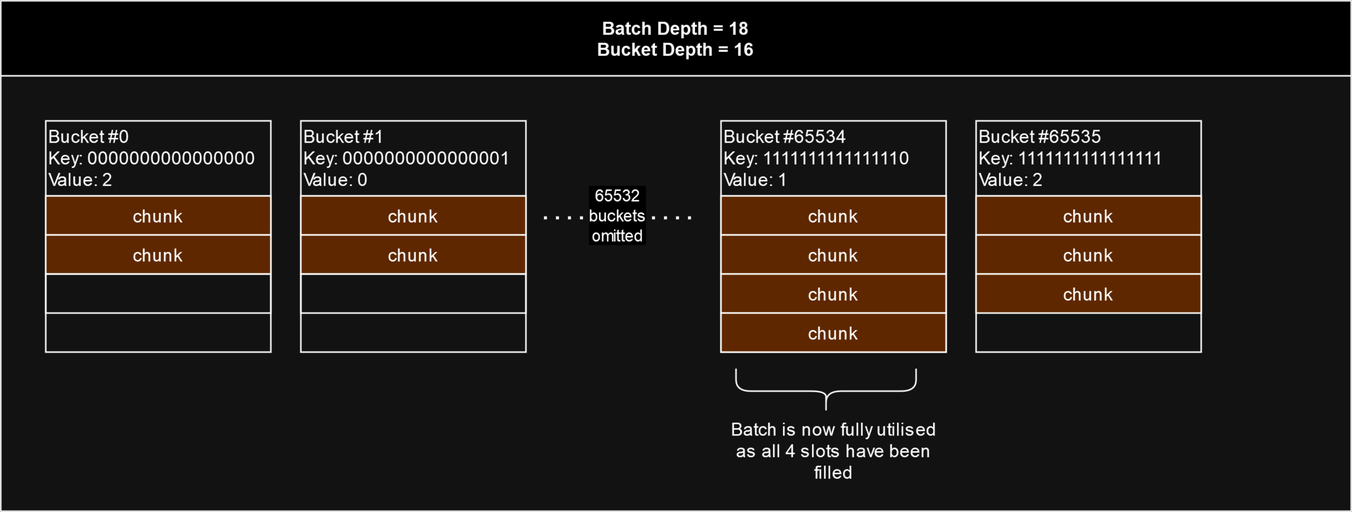
Before: static/img/batches_03.png, a diagram exported from draw.io (ethersphere/bee-docs). Source tidied: cells renumbered, new cells last; positions are measured from the earlier drawing's top-left corner, leaving out a move shared by most shapes. Its diagram source:
```xml
<mxGraphModel>
  <root>
    <mxCell id="0" />
    <mxCell id="1" parent="0" />
    <mxCell id="2" value="Batch Depth = 18&#10;Bucket Depth = 16" style="swimlane;gradientColor=none;spacingTop=0;swimlaneLine=1;spacingLeft=0;startSize=50;" parent="1" vertex="1">
      <mxGeometry width="900" height="340" as="geometry" />
    </mxCell>
    <mxCell id="3" value="&lt;font style=&quot;font-size: 12px;&quot;&gt;Bucket #0&lt;br&gt;&lt;/font&gt;&lt;div&gt;&lt;font style=&quot;font-size: 12px;&quot;&gt;Key: 0000000000000000&amp;nbsp;&lt;/font&gt;&lt;/div&gt;&lt;div&gt;&lt;font style=&quot;font-size: 12px;&quot;&gt;Value: 2&lt;br&gt;&lt;/font&gt;&lt;/div&gt;" style="swimlane;fontStyle=0;horizontal=1;startSize=50;fillColor=none;html=1;labelPadding=5;align=left;" parent="2" vertex="1">
      <mxGeometry x="30" y="80" width="150" height="154" as="geometry" />
    </mxCell>
    <mxCell id="4" value="&lt;div align=&quot;center&quot;&gt;chunk&lt;/div&gt;" style="text;strokeColor=default;fillColor=#ffc891;align=center;verticalAlign=top;spacingLeft=4;spacingRight=4;overflow=hidden;whiteSpace=wrap;html=1;" parent="3" vertex="1">
      <mxGeometry y="50" width="150" height="26" as="geometry" />
    </mxCell>
    <mxCell id="5" value="&lt;div align=&quot;center&quot;&gt;chunk&lt;/div&gt;" style="text;strokeColor=default;fillColor=#ffc891;align=center;verticalAlign=top;spacingLeft=4;spacingRight=4;overflow=hidden;whiteSpace=wrap;html=1;" parent="3" vertex="1">
      <mxGeometry y="76" width="150" height="26" as="geometry" />
    </mxCell>
    <mxCell id="6" style="text;strokeColor=default;fillColor=none;align=left;verticalAlign=top;spacingLeft=4;spacingRight=4;overflow=hidden;whiteSpace=wrap;html=1;" parent="3" vertex="1">
      <mxGeometry y="102" width="150" height="26" as="geometry" />
    </mxCell>
    <mxCell id="7" style="text;strokeColor=none;fillColor=none;align=left;verticalAlign=top;spacingLeft=4;spacingRight=4;overflow=hidden;whiteSpace=wrap;html=1;" parent="3" vertex="1">
      <mxGeometry y="128" width="150" height="26" as="geometry" />
    </mxCell>
    <mxCell id="8" value="&lt;div align=&quot;left&quot;&gt;&lt;font style=&quot;font-size: 12px;&quot;&gt;Bucket #65535&lt;br&gt;&lt;font style=&quot;font-size: 12px;&quot;&gt;Key: 1111111111111111&lt;/font&gt;&lt;br&gt;&lt;font style=&quot;font-size: 12px;&quot;&gt;Value: 2&lt;br&gt;&lt;/font&gt;&lt;/font&gt;&lt;/div&gt;" style="swimlane;fontStyle=0;horizontal=1;startSize=50;fillColor=none;html=1;labelPadding=5;align=left;" parent="2" vertex="1">
      <mxGeometry x="650" y="80" width="150" height="154" as="geometry" />
    </mxCell>
    <mxCell id="9" value="&lt;div align=&quot;center&quot;&gt;chunk&lt;/div&gt;" style="text;strokeColor=default;fillColor=#ffc891;align=center;verticalAlign=top;spacingLeft=4;spacingRight=4;overflow=hidden;whiteSpace=wrap;html=1;" parent="8" vertex="1">
      <mxGeometry y="50" width="150" height="26" as="geometry" />
    </mxCell>
    <mxCell id="10" value="&lt;div align=&quot;center&quot;&gt;chunk&lt;/div&gt;" style="text;strokeColor=default;fillColor=#ffc891;align=center;verticalAlign=top;spacingLeft=4;spacingRight=4;overflow=hidden;whiteSpace=wrap;html=1;" parent="8" vertex="1">
      <mxGeometry y="76" width="150" height="26" as="geometry" />
    </mxCell>
    <mxCell id="11" value="chunk" style="text;strokeColor=default;fillColor=#ffc891;align=center;verticalAlign=top;spacingLeft=4;spacingRight=4;overflow=hidden;whiteSpace=wrap;html=1;" parent="8" vertex="1">
      <mxGeometry y="102" width="150" height="26" as="geometry" />
    </mxCell>
    <mxCell id="12" style="text;strokeColor=none;fillColor=none;align=left;verticalAlign=top;spacingLeft=4;spacingRight=4;overflow=hidden;whiteSpace=wrap;html=1;" parent="8" vertex="1">
      <mxGeometry y="128" width="150" height="26" as="geometry" />
    </mxCell>
    <mxCell id="13" value="&lt;div align=&quot;left&quot;&gt;&lt;font style=&quot;font-size: 12px;&quot;&gt;Bucket #1&lt;br&gt;&lt;font style=&quot;font-size: 12px;&quot;&gt;Key: 0000000000000001&lt;/font&gt;&lt;/font&gt;&lt;/div&gt;&lt;font style=&quot;font-size: 12px;&quot;&gt;Value: 0&lt;font style=&quot;font-size: 12px;&quot;&gt;&lt;br&gt;&lt;/font&gt;&lt;/font&gt;" style="swimlane;fontStyle=0;horizontal=1;startSize=50;fillColor=none;html=1;labelPadding=5;align=left;" parent="2" vertex="1">
      <mxGeometry x="200" y="80" width="150" height="154" as="geometry" />
    </mxCell>
    <mxCell id="14" value="chunk" style="text;strokeColor=default;fillColor=#ffc891;align=center;verticalAlign=top;spacingLeft=4;spacingRight=4;overflow=hidden;whiteSpace=wrap;html=1;" parent="13" vertex="1">
      <mxGeometry y="50" width="150" height="26" as="geometry" />
    </mxCell>
    <mxCell id="15" value="chunk" style="text;strokeColor=default;fillColor=#ffc891;align=center;verticalAlign=top;spacingLeft=4;spacingRight=4;overflow=hidden;whiteSpace=wrap;html=1;" parent="13" vertex="1">
      <mxGeometry y="76" width="150" height="26" as="geometry" />
    </mxCell>
    <mxCell id="16" style="text;strokeColor=default;fillColor=none;align=left;verticalAlign=top;spacingLeft=4;spacingRight=4;overflow=hidden;whiteSpace=wrap;html=1;" parent="13" vertex="1">
      <mxGeometry y="102" width="150" height="26" as="geometry" />
    </mxCell>
    <mxCell id="17" style="text;strokeColor=none;fillColor=none;align=left;verticalAlign=top;spacingLeft=4;spacingRight=4;overflow=hidden;whiteSpace=wrap;html=1;" parent="13" vertex="1">
      <mxGeometry y="128" width="150" height="26" as="geometry" />
    </mxCell>
    <mxCell id="18" value="&lt;div align=&quot;left&quot;&gt;&lt;font style=&quot;font-size: 12px;&quot;&gt;Bucket &lt;font style=&quot;font-size: 12px;&quot;&gt;#65534&lt;/font&gt;&lt;br&gt;&lt;font style=&quot;font-size: 12px;&quot;&gt;Key: 1111111111111110&lt;/font&gt;&lt;/font&gt;&lt;/div&gt;&lt;font style=&quot;font-size: 12px;&quot;&gt;Value: &lt;/font&gt;1" style="swimlane;fontStyle=0;horizontal=1;startSize=50;fillColor=none;html=1;labelPadding=5;align=left;" parent="2" vertex="1">
      <mxGeometry x="480" y="80" width="150" height="154" as="geometry" />
    </mxCell>
    <mxCell id="19" value="&lt;div align=&quot;center&quot;&gt;chunk&lt;/div&gt;" style="text;strokeColor=default;fillColor=#ffc891;align=center;verticalAlign=top;spacingLeft=4;spacingRight=4;overflow=hidden;whiteSpace=wrap;html=1;" parent="18" vertex="1">
      <mxGeometry y="50" width="150" height="26" as="geometry" />
    </mxCell>
    <mxCell id="20" value="chunk" style="text;strokeColor=default;fillColor=#ffc891;align=center;verticalAlign=top;spacingLeft=4;spacingRight=4;overflow=hidden;whiteSpace=wrap;html=1;" parent="18" vertex="1">
      <mxGeometry y="76" width="150" height="26" as="geometry" />
    </mxCell>
    <mxCell id="21" value="chunk" style="text;strokeColor=default;fillColor=#ffc891;align=center;verticalAlign=top;spacingLeft=4;spacingRight=4;overflow=hidden;whiteSpace=wrap;html=1;" parent="18" vertex="1">
      <mxGeometry y="102" width="150" height="26" as="geometry" />
    </mxCell>
    <mxCell id="22" value="chunk" style="text;strokeColor=default;fillColor=#ffc891;align=center;verticalAlign=top;spacingLeft=4;spacingRight=4;overflow=hidden;whiteSpace=wrap;html=1;" parent="18" vertex="1">
      <mxGeometry y="128" width="150" height="26" as="geometry" />
    </mxCell>
    <mxCell id="23" style="endArrow=none;dashed=1;html=1;dashPattern=1 3;strokeWidth=2;rounded=0;" parent="2" edge="1">
      <mxGeometry relative="1" as="geometry">
        <mxPoint x="362" y="144.6" as="sourcePoint" />
        <mxPoint x="462" y="144.6" as="targetPoint" />
      </mxGeometry>
    </mxCell>
    <mxCell id="24" value="&lt;div&gt;65532 &lt;br&gt;&lt;/div&gt;&lt;div&gt;buckets&lt;/div&gt;&lt;div&gt;omitted&lt;br&gt;&lt;/div&gt;" style="edgeLabel;html=1;align=center;verticalAlign=middle;" parent="23" vertex="1">
      <mxGeometry x="-0.05" y="2" relative="1" as="geometry" />
    </mxCell>
    <mxCell id="25" style="shape=curlyBracket;whiteSpace=wrap;html=1;rounded=1;flipH=1;labelPosition=right;verticalLabelPosition=middle;align=left;verticalAlign=middle;rotation=90;" parent="2" vertex="1">
      <mxGeometry x="535" y="200" width="30" height="120" as="geometry" />
    </mxCell>
    <mxCell id="26" value="&lt;div&gt;Batch is now fully utilised&lt;/div&gt;&lt;div&gt;as all 4 slots have been &lt;br&gt;&lt;/div&gt;&lt;div&gt;filled&lt;br&gt;&lt;/div&gt;" style="text;html=1;align=center;verticalAlign=middle;strokeColor=none;fillColor=none;" parent="2" vertex="1">
      <mxGeometry x="475" y="270" width="160" height="60" as="geometry" />
    </mxCell>
  </root>
</mxGraphModel>
```
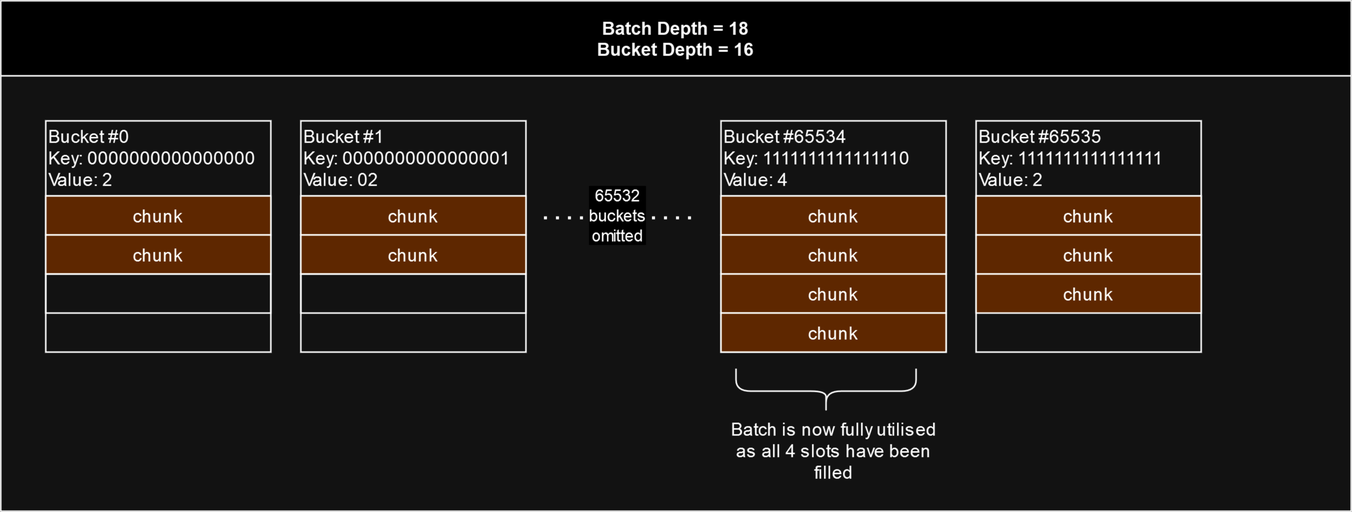
After the change.

Diff of the diagram source:
```diff
@@ -35,7 +35,7 @@
     <mxCell id="12" style="text;strokeColor=none;fillColor=none;align=left;verticalAlign=top;spacingLeft=4;spacingRight=4;overflow=hidden;whiteSpace=wrap;html=1;" parent="8" vertex="1">
       <mxGeometry y="128" width="150" height="26" as="geometry" />
     </mxCell>
-    <mxCell id="13" value="&lt;div align=&quot;left&quot;&gt;&lt;font style=&quot;font-size: 12px;&quot;&gt;Bucket #1&lt;br&gt;&lt;font style=&quot;font-size: 12px;&quot;&gt;Key: 0000000000000001&lt;/font&gt;&lt;/font&gt;&lt;/div&gt;&lt;font style=&quot;font-size: 12px;&quot;&gt;Value: 0&lt;font style=&quot;font-size: 12px;&quot;&gt;&lt;br&gt;&lt;/font&gt;&lt;/font&gt;" style="swimlane;fontStyle=0;horizontal=1;startSize=50;fillColor=none;html=1;labelPadding=5;align=left;" parent="2" vertex="1">
+    <mxCell id="13" value="&lt;div align=&quot;left&quot;&gt;&lt;font style=&quot;font-size: 12px;&quot;&gt;Bucket #1&lt;br&gt;&lt;font style=&quot;font-size: 12px;&quot;&gt;Key: 0000000000000001&lt;/font&gt;&lt;/font&gt;&lt;/div&gt;&lt;font style=&quot;font-size: 12px;&quot;&gt;Value: 0&lt;/font&gt;2" style="swimlane;fontStyle=0;horizontal=1;startSize=50;fillColor=none;html=1;labelPadding=5;align=left;" parent="2" vertex="1">
       <mxGeometry x="200" y="80" width="150" height="154" as="geometry" />
     </mxCell>
     <mxCell id="14" value="chunk" style="text;strokeColor=default;fillColor=#ffc891;align=center;verticalAlign=top;spacingLeft=4;spacingRight=4;overflow=hidden;whiteSpace=wrap;html=1;" parent="13" vertex="1">
@@ -50,7 +50,7 @@
     <mxCell id="17" style="text;strokeColor=none;fillColor=none;align=left;verticalAlign=top;spacingLeft=4;spacingRight=4;overflow=hidden;whiteSpace=wrap;html=1;" parent="13" vertex="1">
       <mxGeometry y="128" width="150" height="26" as="geometry" />
     </mxCell>
-    <mxCell id="18" value="&lt;div align=&quot;left&quot;&gt;&lt;font style=&quot;font-size: 12px;&quot;&gt;Bucket &lt;font style=&quot;font-size: 12px;&quot;&gt;#65534&lt;/font&gt;&lt;br&gt;&lt;font style=&quot;font-size: 12px;&quot;&gt;Key: 1111111111111110&lt;/font&gt;&lt;/font&gt;&lt;/div&gt;&lt;font style=&quot;font-size: 12px;&quot;&gt;Value: &lt;/font&gt;1" style="swimlane;fontStyle=0;horizontal=1;startSize=50;fillColor=none;html=1;labelPadding=5;align=left;" parent="2" vertex="1">
+    <mxCell id="18" value="&lt;div align=&quot;left&quot;&gt;&lt;font style=&quot;font-size: 12px;&quot;&gt;Bucket &lt;font style=&quot;font-size: 12px;&quot;&gt;#65534&lt;/font&gt;&lt;br&gt;&lt;font style=&quot;font-size: 12px;&quot;&gt;Key: 1111111111111110&lt;/font&gt;&lt;/font&gt;&lt;/div&gt;&lt;font style=&quot;font-size: 12px;&quot;&gt;Value: &lt;/font&gt;4" style="swimlane;fontStyle=0;horizontal=1;startSize=50;fillColor=none;html=1;labelPadding=5;align=left;" parent="2" vertex="1">
       <mxGeometry x="480" y="80" width="150" height="154" as="geometry" />
     </mxCell>
     <mxCell id="19" value="&lt;div align=&quot;center&quot;&gt;chunk&lt;/div&gt;" style="text;strokeColor=default;fillColor=#ffc891;align=center;verticalAlign=top;spacingLeft=4;spacingRight=4;overflow=hidden;whiteSpace=wrap;html=1;" parent="18" vertex="1">
```
